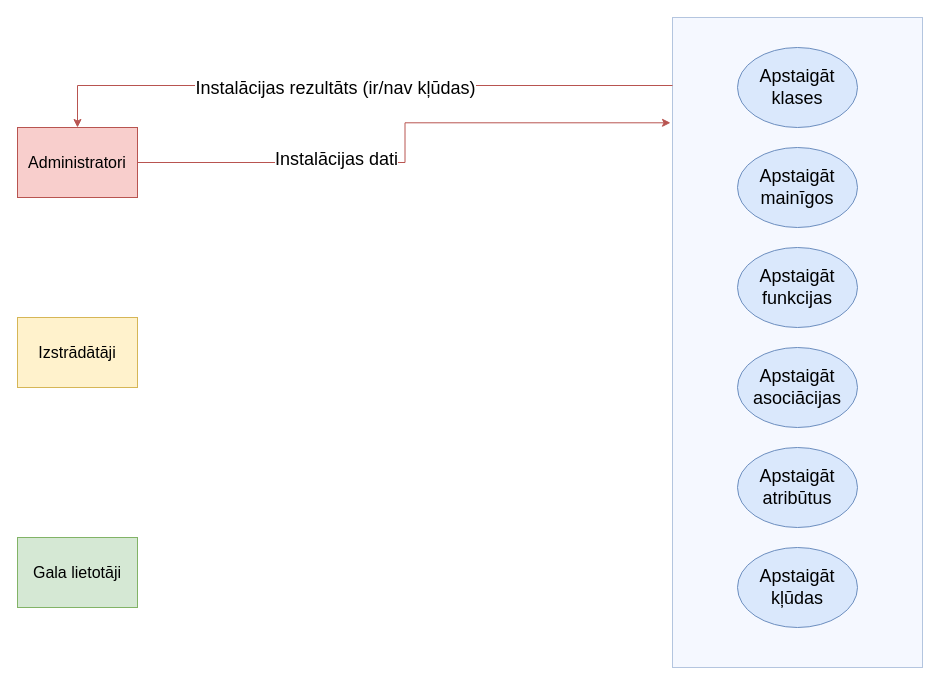
This is page "Kompilatora modulis" (5 of 8) of src/Kvalifikacijas darbs/arhitektura.drawio from artiks12/webAppOS, a draw.io file, before an edit. Source tidied: cells renumbered, new cells numbered last; positions are measured from the earlier drawing's top-left corner, leaving out a move shared by most shapes. Both pictures are drawn from the tidied source at 100%, with x=0, y=0 at pixel (17, 17).
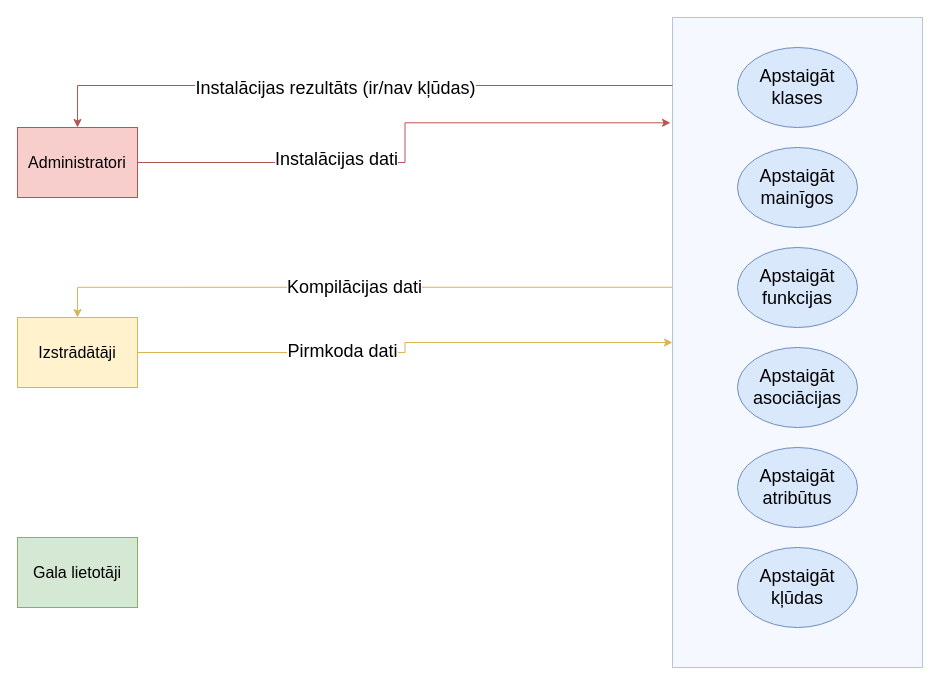
The same page after the edit.

The change refers to these unchanged cells:
```xml
<mxCell id="2" style="rounded=0;whiteSpace=wrap;html=1;dashed=1;dashPattern=1 1;fillColor=#F5F8FF;strokeColor=#6c8ebf;" parent="1" vertex="1">
  <mxGeometry x="655" width="250" height="650" as="geometry" />
</mxCell>
<mxCell id="11" value="&lt;font size=&quot;3&quot;&gt;Izstrādātāji&lt;/font&gt;" style="rounded=0;whiteSpace=wrap;html=1;fillColor=#fff2cc;strokeColor=#d6b656;" parent="1" vertex="1">
  <mxGeometry y="300" width="120" height="70" as="geometry" />
</mxCell>
```

The edit, as a diff of the source:
```diff
@@
+    <mxCell id="16" style="edgeStyle=orthogonalEdgeStyle;rounded=0;jettySize=auto;html=1;entryX=0;entryY=0.5;entryDx=0;entryDy=0;fillColor=#fff2cc;strokeColor=#d6b656;" parent="1" edge="1" source="11" target="2">
+      <mxGeometry relative="1" as="geometry" />
+    </mxCell>
+    <mxCell id="17" value="&lt;font style=&quot;font-size: 18px&quot;&gt;Pirmkoda dati&lt;/font&gt;" style="edgeLabel;html=1;align=center;verticalAlign=middle;" parent="16" vertex="1">
+      <mxGeometry x="-0.25" y="2" relative="1" as="geometry" />
+    </mxCell>
+    <mxCell id="18" style="edgeStyle=orthogonalEdgeStyle;rounded=0;jettySize=auto;html=1;exitX=0.001;exitY=0.415;exitDx=0;exitDy=0;entryX=0.5;entryY=0;entryDx=0;entryDy=0;fillColor=#fff2cc;strokeColor=#d6b656;exitPerimeter=0;" parent="1" edge="1" source="2" target="11">
+      <mxGeometry relative="1" as="geometry">
+        <Array as="points">
+          <mxPoint x="60" y="270" />
+        </Array>
+      </mxGeometry>
+    </mxCell>
+    <mxCell id="19" value="&lt;font style=&quot;font-size: 18px&quot;&gt;Kompilācijas dati&lt;/font&gt;" style="edgeLabel;html=1;align=center;verticalAlign=middle;" parent="18" vertex="1">
+      <mxGeometry x="0.02" relative="1" as="geometry" />
+    </mxCell>
```
